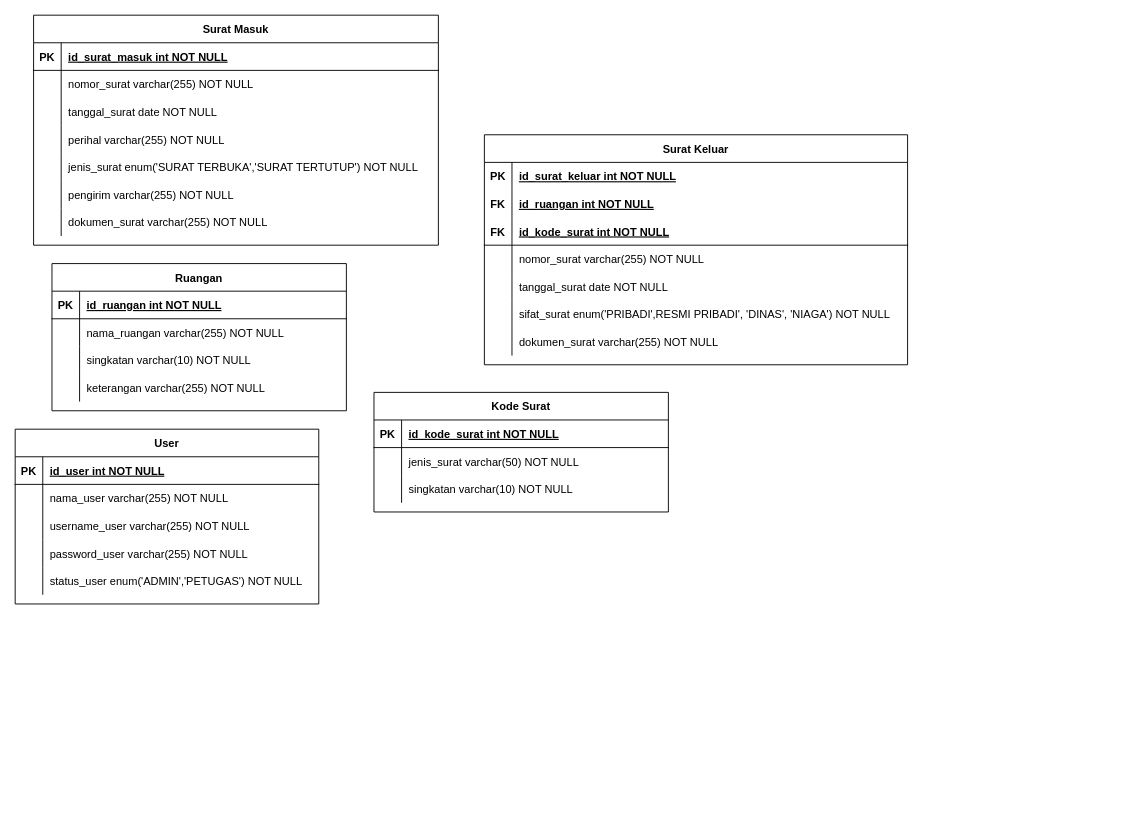
Earlier version of the draw.io diagram Database Schema.drawio (yafizh/Surat-Masuk-Surat-Keluar). Source tidied: cells renumbered, new cells numbered last; positions are measured from the earlier drawing's top-left corner, leaving out a move shared by most shapes. Both pictures are drawn from the tidied source at 92%, with x=0, y=0 at pixel (15, 15).
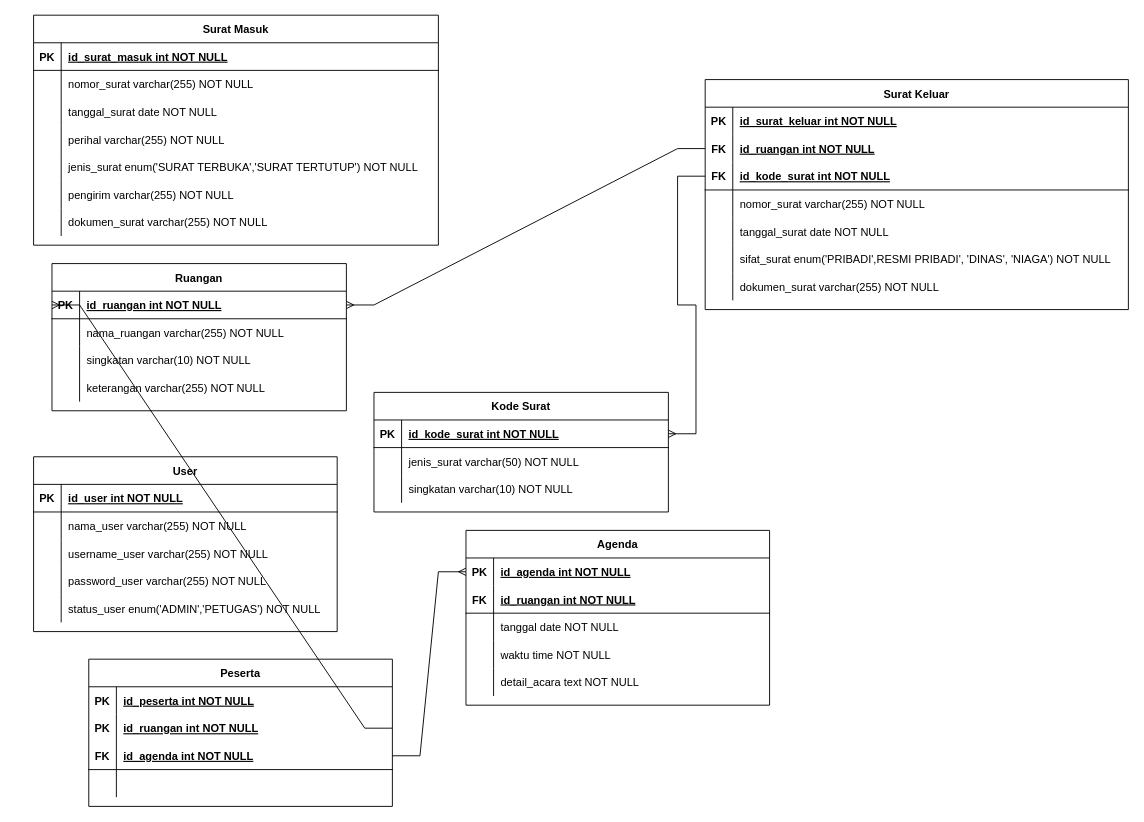
After the change.

Commit message:
adding agenda and peserta table

The change refers to these unchanged cells:
```xml
<mxCell id="6" style="shape=partialRectangle;fillColor=none;points=[[0,0.5],[1,0.5]];portConstraint=eastwest;top=0;left=0;right=0;bottom=1;strokeColor=none;" parent="2" vertex="1">
  <mxGeometry y="60" width="460" height="30" as="geometry" />
</mxCell>
<mxCell id="9" style="shape=partialRectangle;fillColor=none;points=[[0,0.5],[1,0.5]];portConstraint=eastwest;top=0;left=0;right=0;bottom=1;" parent="2" vertex="1">
  <mxGeometry y="90" width="460" height="30" as="geometry" />
</mxCell>
<mxCell id="47" style="shape=partialRectangle;fillColor=none;points=[[0,0.5],[1,0.5]];portConstraint=eastwest;top=0;left=0;right=0;bottom=1;" parent="46" vertex="1">
  <mxGeometry y="30" width="320" height="30" as="geometry" />
</mxCell>
<mxCell id="60" style="shape=partialRectangle;fillColor=none;points=[[0,0.5],[1,0.5]];portConstraint=eastwest;top=0;left=0;right=0;bottom=1;" parent="59" vertex="1">
  <mxGeometry y="30" width="320" height="30" as="geometry" />
</mxCell>
```

Diff of the diagram source:
```diff
@@
     <mxCell id="2" value="Surat Keluar" style="shape=table;startSize=30;childLayout=tableLayout;rowLines=0;fontStyle=1;align=center;" parent="1" vertex="1">
-      <mxGeometry x="510" y="130" width="460" height="250" as="geometry" />
+      <mxGeometry x="750" y="70" width="460" height="250" as="geometry" />
     </mxCell>
@@
     <mxCell id="69" value="User" style="shape=table;startSize=30;childLayout=tableLayout;rowLines=0;fontStyle=1;align=center;" parent="1" vertex="1">
-      <mxGeometry y="450" width="330" height="190" as="geometry" />
+      <mxGeometry x="20" y="480" width="330" height="190" as="geometry" />
     </mxCell>
@@
+    <mxCell id="85" style="edgeStyle=entityRelationEdgeStyle;fontSize=12;html=1;endArrow=ERmany;rounded=0;exitX=0;exitY=0.5;exitDx=0;exitDy=0;entryX=1;entryY=0.5;entryDx=0;entryDy=0;" parent="1" edge="1" source="6" target="47">
+      <mxGeometry relative="1" as="geometry" />
+    </mxCell>
+    <mxCell id="86" style="edgeStyle=entityRelationEdgeStyle;fontSize=12;html=1;endArrow=ERmany;rounded=0;exitX=0;exitY=0.5;exitDx=0;exitDy=0;entryX=1;entryY=0.5;entryDx=0;entryDy=0;" parent="1" edge="1" source="9" target="60">
+      <mxGeometry relative="1" as="geometry" />
+    </mxCell>
+    <mxCell id="87" value="Agenda" style="shape=table;startSize=30;childLayout=tableLayout;rowLines=0;fontStyle=1;align=center;" parent="1" vertex="1">
+      <mxGeometry x="490" y="560" width="330" height="190" as="geometry" />
+    </mxCell>
+    <mxCell id="88" style="shape=partialRectangle;fillColor=none;points=[[0,0.5],[1,0.5]];portConstraint=eastwest;top=0;left=0;right=0;bottom=1;strokeColor=none;" parent="87" vertex="1">
+      <mxGeometry y="30" width="330" height="30" as="geometry" />
+    </mxCell>
+    <mxCell id="89" value="PK" style="shape=partialRectangle;overflow=hidden;fillColor=none;top=0;left=0;bottom=0;right=0;fontStyle=1;" parent="88" vertex="1">
+      <mxGeometry width="30" height="30" as="geometry" />
+    </mxCell>
+    <mxCell id="90" value="id_agenda int NOT NULL " style="shape=partialRectangle;overflow=hidden;fillColor=none;top=0;left=0;bottom=0;right=0;align=left;spacingLeft=6;fontStyle=5;" parent="88" vertex="1">
+      <mxGeometry x="30" width="300" height="30" as="geometry" />
+    </mxCell>
+    <mxCell id="91" style="shape=partialRectangle;fillColor=none;top=0;left=0;right=0;bottom=1;" parent="87" vertex="1">
+      <mxGeometry y="60" width="330" height="30" as="geometry" />
+    </mxCell>
+    <mxCell id="92" value="FK" style="shape=partialRectangle;overflow=hidden;fillColor=none;top=0;left=0;bottom=0;right=0;fontStyle=1;" parent="91" vertex="1">
+      <mxGeometry width="30" height="30" as="geometry" />
+    </mxCell>
+    <mxCell id="93" value="id_ruangan int NOT NULL " style="shape=partialRectangle;overflow=hidden;fillColor=none;top=0;left=0;bottom=0;right=0;align=left;spacingLeft=6;fontStyle=5;" parent="91" vertex="1">
+      <mxGeometry x="30" width="300" height="30" as="geometry" />
+    </mxCell>
+    <mxCell id="94" style="shape=partialRectangle;fillColor=none;top=0;left=0;right=0;bottom=0;" parent="87" vertex="1">
+      <mxGeometry y="90" width="330" height="30" as="geometry" />
+    </mxCell>
+    <mxCell id="95" style="shape=partialRectangle;overflow=hidden;fillColor=none;top=0;left=0;bottom=0;right=0;" parent="94" vertex="1">
+      <mxGeometry width="30" height="30" as="geometry" />
+    </mxCell>
+    <mxCell id="96" value="tanggal date NOT NULL" style="shape=partialRectangle;overflow=hidden;fillColor=none;top=0;left=0;bottom=0;right=0;align=left;spacingLeft=6;" parent="94" vertex="1">
+      <mxGeometry x="30" width="300" height="30" as="geometry" />
+    </mxCell>
+    <mxCell id="97" style="shape=partialRectangle;fillColor=none;top=0;left=0;right=0;bottom=0;" parent="87" vertex="1">
+      <mxGeometry y="120" width="330" height="30" as="geometry" />
+    </mxCell>
+    <mxCell id="98" style="shape=partialRectangle;overflow=hidden;fillColor=none;top=0;left=0;bottom=0;right=0;" parent="97" vertex="1">
+      <mxGeometry width="30" height="30" as="geometry" />
+    </mxCell>
+    <mxCell id="99" value="waktu time NOT NULL" style="shape=partialRectangle;overflow=hidden;fillColor=none;top=0;left=0;bottom=0;right=0;align=left;spacingLeft=6;" parent="97" vertex="1">
+      <mxGeometry x="30" width="300" height="30" as="geometry" />
+    </mxCell>
+    <mxCell id="100" style="shape=partialRectangle;fillColor=none;top=0;left=0;right=0;bottom=0;" parent="87" vertex="1">
+      <mxGeometry y="150" width="330" height="30" as="geometry" />
+    </mxCell>
+    <mxCell id="101" style="shape=partialRectangle;overflow=hidden;fillColor=none;top=0;left=0;bottom=0;right=0;" parent="100" vertex="1">
+      <mxGeometry width="30" height="30" as="geometry" />
+    </mxCell>
+    <mxCell id="102" value="detail_acara text NOT NULL" style="shape=partialRectangle;overflow=hidden;fillColor=none;top=0;left=0;bottom=0;right=0;align=left;spacingLeft=6;" parent="100" vertex="1">
+      <mxGeometry x="30" width="300" height="30" as="geometry" />
+    </mxCell>
+    <mxCell id="103" value="Peserta" style="shape=table;startSize=30;childLayout=tableLayout;rowLines=0;fontStyle=1;align=center;" parent="1" vertex="1">
+      <mxGeometry x="80" y="700" width="330" height="160" as="geometry" />
+    </mxCell>
+    <mxCell id="104" style="shape=partialRectangle;fillColor=none;top=0;left=0;right=0;bottom=1;strokeColor=none;" parent="103" vertex="1">
+      <mxGeometry y="30" width="330" height="30" as="geometry" />
+    </mxCell>
+    <mxCell id="105" value="PK" style="shape=partialRectangle;overflow=hidden;fillColor=none;top=0;left=0;bottom=0;right=0;fontStyle=1;" parent="104" vertex="1">
+      <mxGeometry width="30" height="30" as="geometry" />
+    </mxCell>
+    <mxCell id="106" value="id_peserta int NOT NULL " style="shape=partialRectangle;overflow=hidden;fillColor=none;top=0;left=0;bottom=0;right=0;align=left;spacingLeft=6;fontStyle=5;" parent="104" vertex="1">
+      <mxGeometry x="30" width="300" height="30" as="geometry" />
+    </mxCell>
+    <mxCell id="107" style="shape=partialRectangle;fillColor=none;points=[[0,0.5],[1,0.5]];portConstraint=eastwest;top=0;left=0;right=0;bottom=1;strokeColor=none;" parent="103" vertex="1">
+      <mxGeometry y="60" width="330" height="30" as="geometry" />
+    </mxCell>
+    <mxCell id="108" value="PK" style="shape=partialRectangle;overflow=hidden;fillColor=none;top=0;left=0;bottom=0;right=0;fontStyle=1;" parent="107" vertex="1">
+      <mxGeometry width="30" height="30" as="geometry" />
+    </mxCell>
+    <mxCell id="109" value="id_ruangan int NOT NULL " style="shape=partialRectangle;overflow=hidden;fillColor=none;top=0;left=0;bottom=0;right=0;align=left;spacingLeft=6;fontStyle=5;" parent="107" vertex="1">
+      <mxGeometry x="30" width="300" height="30" as="geometry" />
+    </mxCell>
+    <mxCell id="110" style="shape=partialRectangle;fillColor=none;points=[[0,0.5],[1,0.5]];portConstraint=eastwest;top=0;left=0;right=0;bottom=1;" parent="103" vertex="1">
+      <mxGeometry y="90" width="330" height="30" as="geometry" />
+    </mxCell>
+    <mxCell id="111" value="FK" style="shape=partialRectangle;overflow=hidden;fillColor=none;top=0;left=0;bottom=0;right=0;fontStyle=1;" parent="110" vertex="1">
+      <mxGeometry width="30" height="30" as="geometry" />
+    </mxCell>
+    <mxCell id="112" value="id_agenda int NOT NULL " style="shape=partialRectangle;overflow=hidden;fillColor=none;top=0;left=0;bottom=0;right=0;align=left;spacingLeft=6;fontStyle=5;" parent="110" vertex="1">
+      <mxGeometry x="30" width="300" height="30" as="geometry" />
+    </mxCell>
+    <mxCell id="113" style="shape=partialRectangle;fillColor=none;top=0;left=0;right=0;bottom=0;" parent="103" vertex="1">
+      <mxGeometry y="120" width="330" height="30" as="geometry" />
+    </mxCell>
+    <mxCell id="114" style="shape=partialRectangle;overflow=hidden;fillColor=none;top=0;left=0;bottom=0;right=0;" parent="113" vertex="1">
+      <mxGeometry width="30" height="30" as="geometry" />
+    </mxCell>
+    <mxCell id="115" style="shape=partialRectangle;overflow=hidden;fillColor=none;top=0;left=0;bottom=0;right=0;align=left;spacingLeft=6;" parent="113" vertex="1">
+      <mxGeometry x="30" width="300" height="30" as="geometry" />
+    </mxCell>
+    <mxCell id="116" style="edgeStyle=entityRelationEdgeStyle;fontSize=12;html=1;endArrow=ERmany;rounded=0;exitX=1;exitY=0.5;exitDx=0;exitDy=0;entryX=0;entryY=0.5;entryDx=0;entryDy=0;" parent="1" edge="1" source="107" target="47">
+      <mxGeometry relative="1" as="geometry" />
+    </mxCell>
+    <mxCell id="117" style="edgeStyle=entityRelationEdgeStyle;fontSize=12;html=1;endArrow=ERmany;rounded=0;exitX=1;exitY=0.5;exitDx=0;exitDy=0;entryX=0;entryY=0.5;entryDx=0;entryDy=0;" parent="1" edge="1" source="110" target="88">
+      <mxGeometry relative="1" as="geometry" />
+    </mxCell>
```
